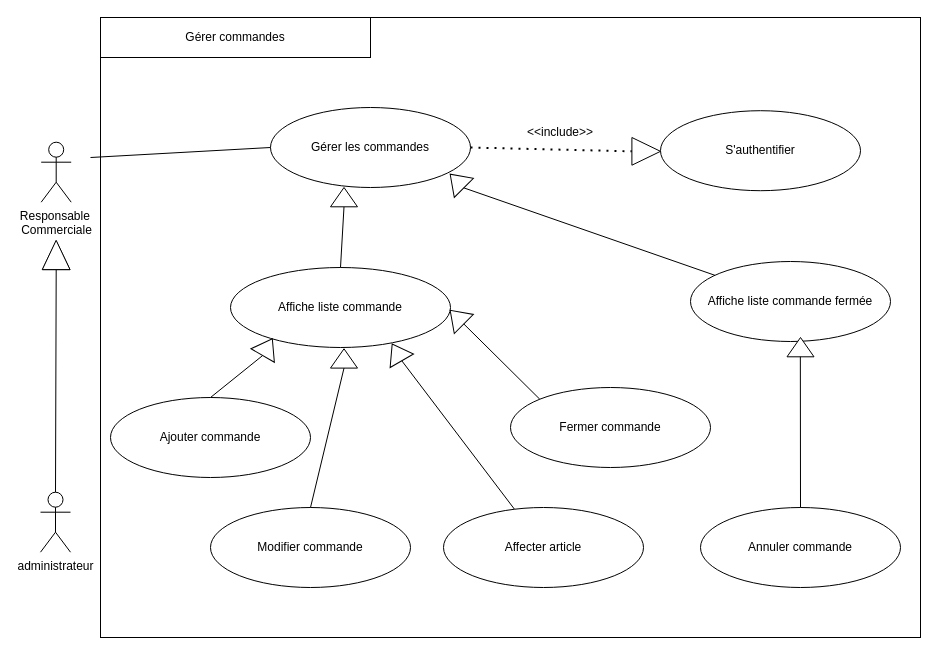
This is cuGérerCommandes.drawio from AbdelazizBs/GPAO-SpringApp, a draw.io file, before an edit. Source tidied: cells renumbered, new cells numbered last; positions are measured from the earlier drawing's top-left corner, leaving out a move shared by most shapes. Both pictures are drawn from the tidied source at 100%, with x=0, y=0 at pixel (40, 17).
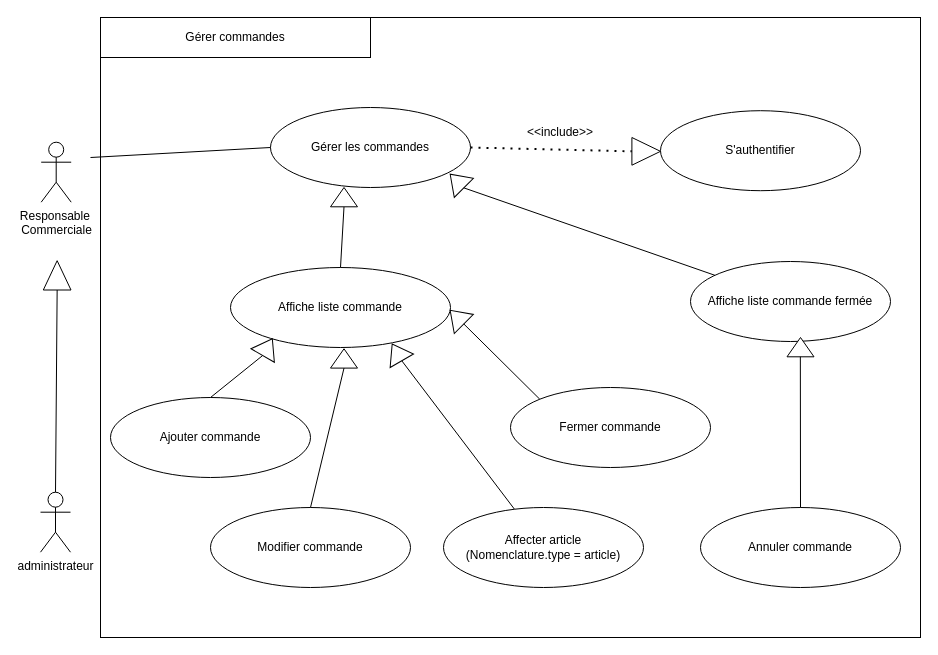
After the change.

Commit message (it also covers changes not shown here):
Mettre à jour cuGérerCommandes.drawio

Unchanged cells that the change refers to:
```xml
<mxCell id="4" value="administrateur" style="shape=umlActor;verticalLabelPosition=bottom;verticalAlign=top;html=1;outlineConnect=0;" parent="1" vertex="1">
  <mxGeometry y="474.7" width="30" height="60" as="geometry" />
</mxCell>
```

What changed in the source:
```diff
@@
-    <mxCell id="9" style="triangle;whiteSpace=wrap;html=1;rotation=-90;" parent="1" vertex="1">
-      <mxGeometry x="1.4" y="224" width="28.6" height="27.7" as="geometry" />
-    </mxCell>
-    <mxCell id="10" style="endArrow=none;html=1;rounded=0;exitX=0.5;exitY=0;exitDx=0;exitDy=0;exitPerimeter=0;entryX=0;entryY=0.5;entryDx=0;entryDy=0;" parent="1" edge="1" source="4" target="9">
-      <mxGeometry relative="1" as="geometry" />
-    </mxCell>
-    <mxCell id="11" style="triangle;whiteSpace=wrap;html=1;rotation=-90;" parent="1" vertex="1">
-      <mxGeometry x="1" y="223.6" width="29.3" height="27.7" as="geometry" />
-    </mxCell>
@@
-    <mxCell id="33" value="Affecter article" style="ellipse;whiteSpace=wrap;html=1;" parent="1" vertex="1">
+    <mxCell id="33" value="Affecter article &lt;br&gt;(Nomenclature.type = article)" style="ellipse;whiteSpace=wrap;html=1;" parent="1" vertex="1">
       <mxGeometry x="403" y="490" width="200" height="80" as="geometry" />
     </mxCell>
@@
+    <mxCell id="36" style="endArrow=none;html=1;rounded=0;exitX=0.5;exitY=0;exitDx=0;exitDy=0;exitPerimeter=0;entryX=0;entryY=0.5;entryDx=0;entryDy=0;" parent="1" edge="1" source="4" target="11">
+      <mxGeometry relative="1" as="geometry" />
+    </mxCell>
+    <mxCell id="11" style="triangle;whiteSpace=wrap;html=1;rotation=-90;" parent="1" vertex="1">
+      <mxGeometry x="2" y="244" width="29.3" height="27.7" as="geometry" />
+    </mxCell>
```
